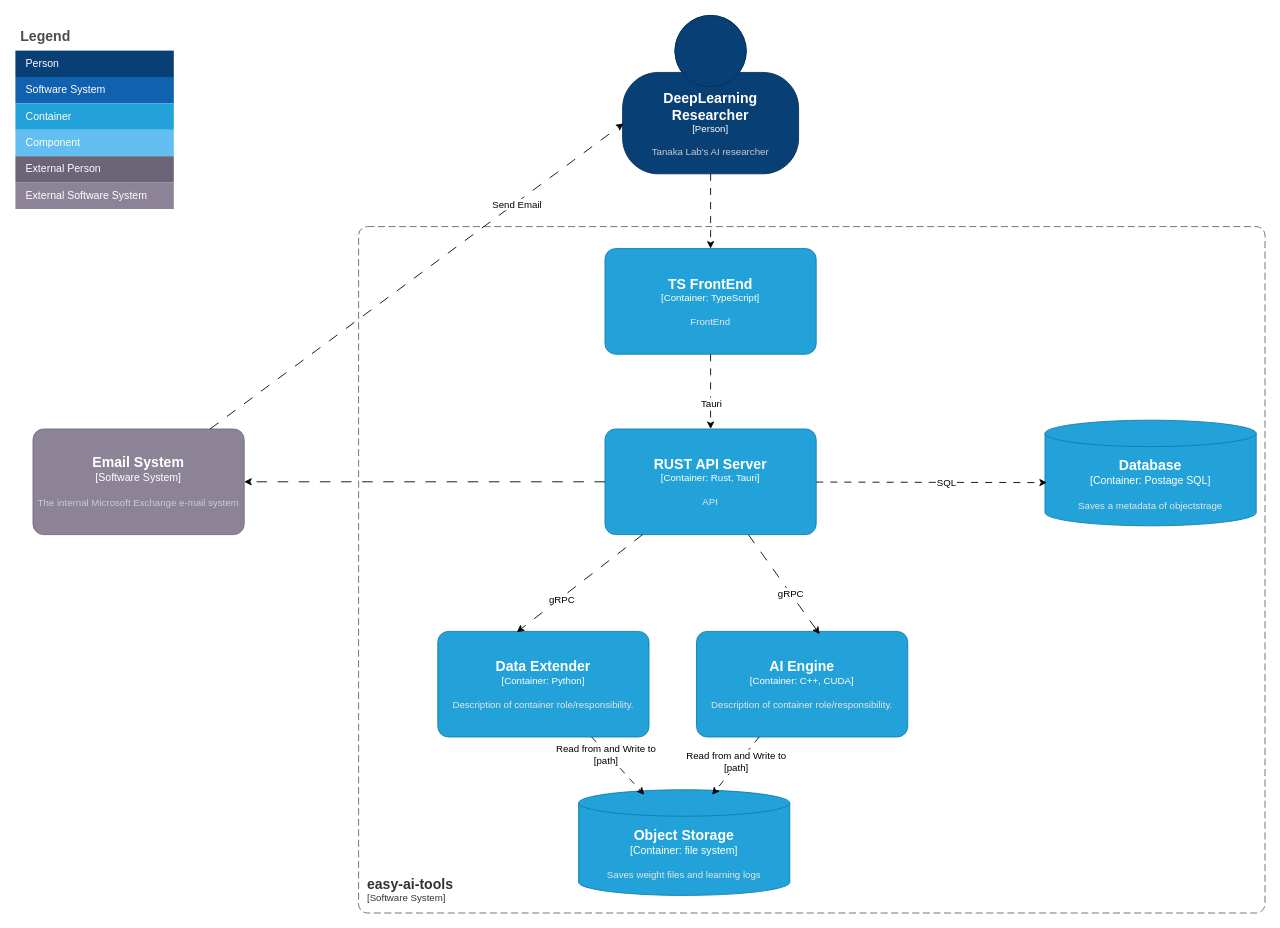
Earlier version of the draw.io diagram page "software-architecture" (1 of 3) of docs/specs/easy-ai-tools.drawio (di-go11/dl-node-editor). Source tidied: cells renumbered, new cells numbered last; positions are measured from the earlier drawing's top-left corner, leaving out a move shared by most shapes. Both pictures are drawn from the tidied source at 88%, with x=0, y=0 at pixel (15, 15).
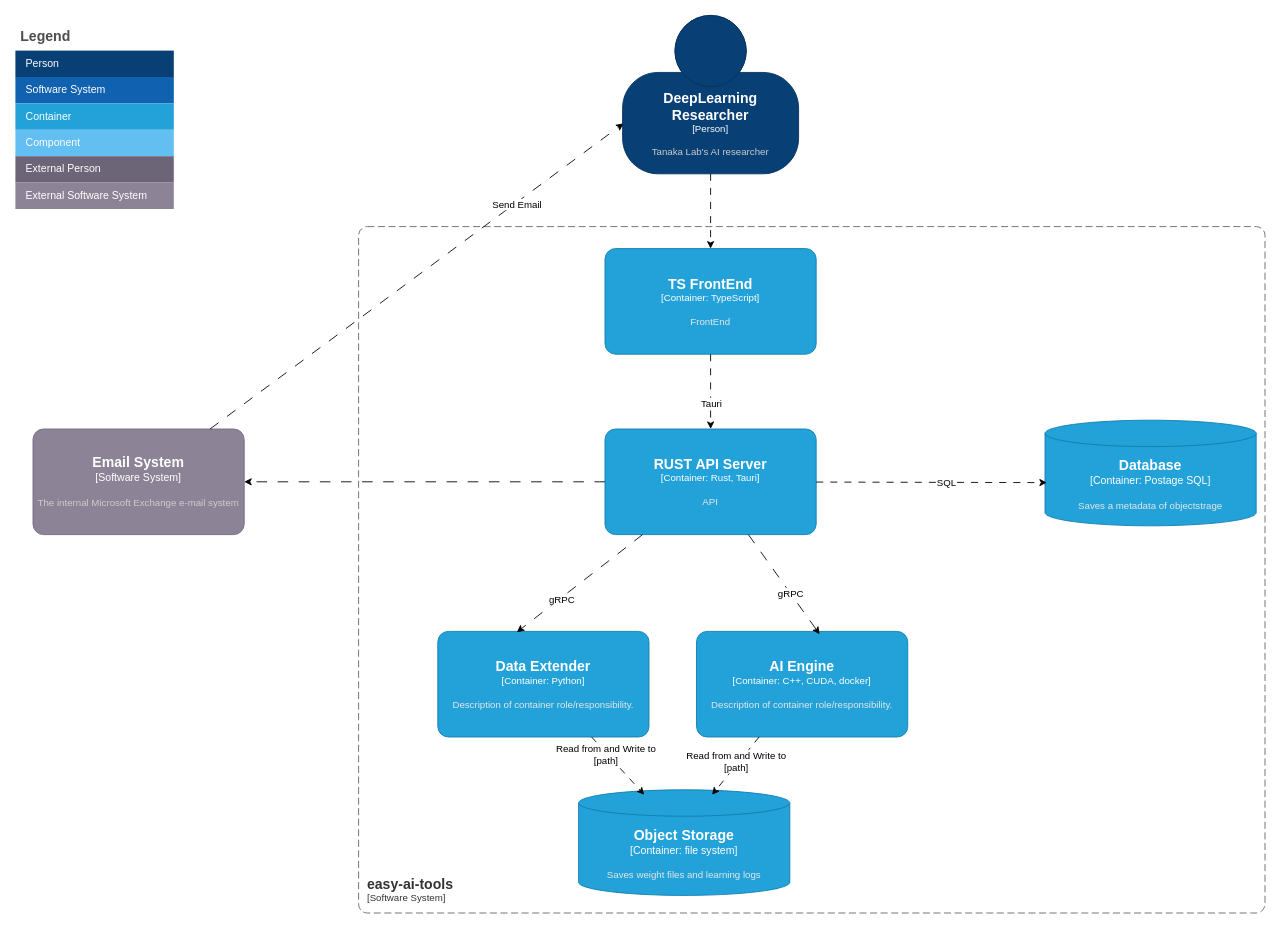
The same page after the edit.

Diff of the diagram source:
```diff
@@
-    <object id="8" label="&lt;font style=&quot;font-size: 16px&quot;&gt;&lt;b&gt;%c4Name%&lt;/b&gt;&lt;/font&gt;&lt;div&gt;[%c4Type%: %c4Technology%]&lt;/div&gt;&lt;br&gt;&lt;div&gt;&lt;font style=&quot;font-size: 11px&quot;&gt;&lt;font color=&quot;#E6E6E6&quot;&gt;%c4Description%&lt;/font&gt;&lt;/div&gt;" c4Description="Description of container role/responsibility." c4Name="AI Engine" c4Technology="C++, CUDA" c4Type="Container" placeholders="1">
+    <object id="8" label="&lt;font style=&quot;font-size: 16px&quot;&gt;&lt;b&gt;%c4Name%&lt;/b&gt;&lt;/font&gt;&lt;div&gt;[%c4Type%: %c4Technology%]&lt;/div&gt;&lt;br&gt;&lt;div&gt;&lt;font style=&quot;font-size: 11px&quot;&gt;&lt;font color=&quot;#E6E6E6&quot;&gt;%c4Description%&lt;/font&gt;&lt;/div&gt;" c4Description="Description of container role/responsibility." c4Name="AI Engine" c4Technology="C++, CUDA, docker" c4Type="Container" placeholders="1">
       <mxCell style="rounded=1;whiteSpace=wrap;html=1;fontSize=11;labelBackgroundColor=none;fillColor=#23A2D9;fontColor=#ffffff;align=center;arcSize=10;strokeColor=#0E7DAD;points=[[0.25,0,0],[0.5,0,0],[0.75,0,0],[1,0.25,0],[1,0.5,0],[1,0.75,0],[0.75,1,0],[0.5,1,0],[0.25,1,0],[0,0.75,0],[0,0.5,0],[0,0.25,0]];" parent="1" vertex="1">
         <mxGeometry x="774" y="700" width="240" height="120" as="geometry" />
       </mxCell>
     </object>
```
